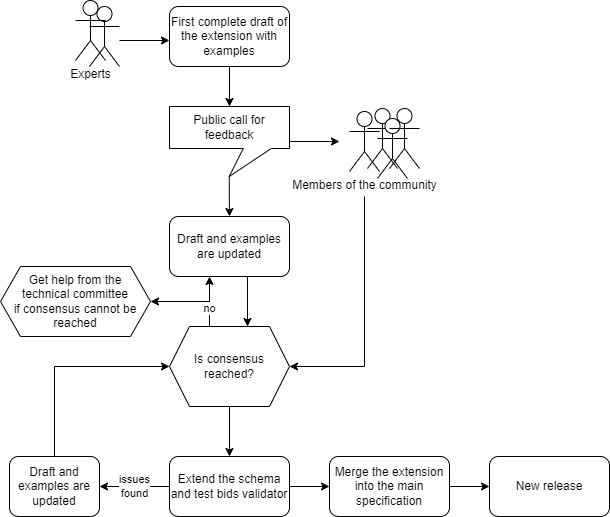
Earlier version of the draw.io export docs/assets/img/bep_process.png (bids-standard/bids-extensions). Source tidied: cells renumbered, new cells last; positions are measured from the earlier drawing's top-left corner, leaving out a move shared by most shapes.
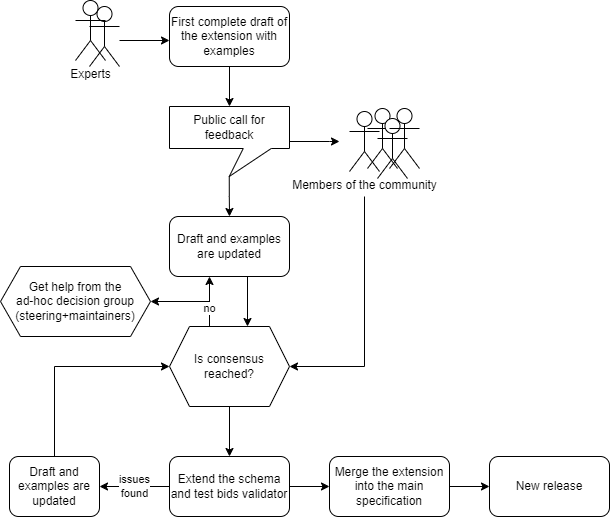
Above is the later version.

Commit message:
fig with decision group

What changed in the source:
```diff
@@ -94,7 +94,7 @@
     <mxCell id="23" value="New release" style="rounded=1;whiteSpace=wrap;html=1;" parent="1" vertex="1">
       <mxGeometry x="489" y="456" width="120" height="60" as="geometry" />
     </mxCell>
-    <mxCell id="24" value="Get help from the&lt;br&gt;technical committee&lt;div&gt;if consensus cannot be reached&lt;/div&gt;" style="shape=hexagon;perimeter=hexagonPerimeter2;whiteSpace=wrap;html=1;fixedSize=1;" parent="1" vertex="1">
+    <mxCell id="24" value="Get help from the&lt;br&gt;ad-hoc decision group&lt;br&gt;(steering+maintainers)" style="shape=hexagon;perimeter=hexagonPerimeter2;whiteSpace=wrap;html=1;fixedSize=1;" parent="1" vertex="1">
       <mxGeometry y="266" width="150" height="70" as="geometry" />
     </mxCell>
     <mxCell id="25" style="endArrow=classic;html=1;rounded=0;entryX=1;entryY=0.5;entryDx=0;entryDy=0;" parent="1" edge="1" target="24">
```
